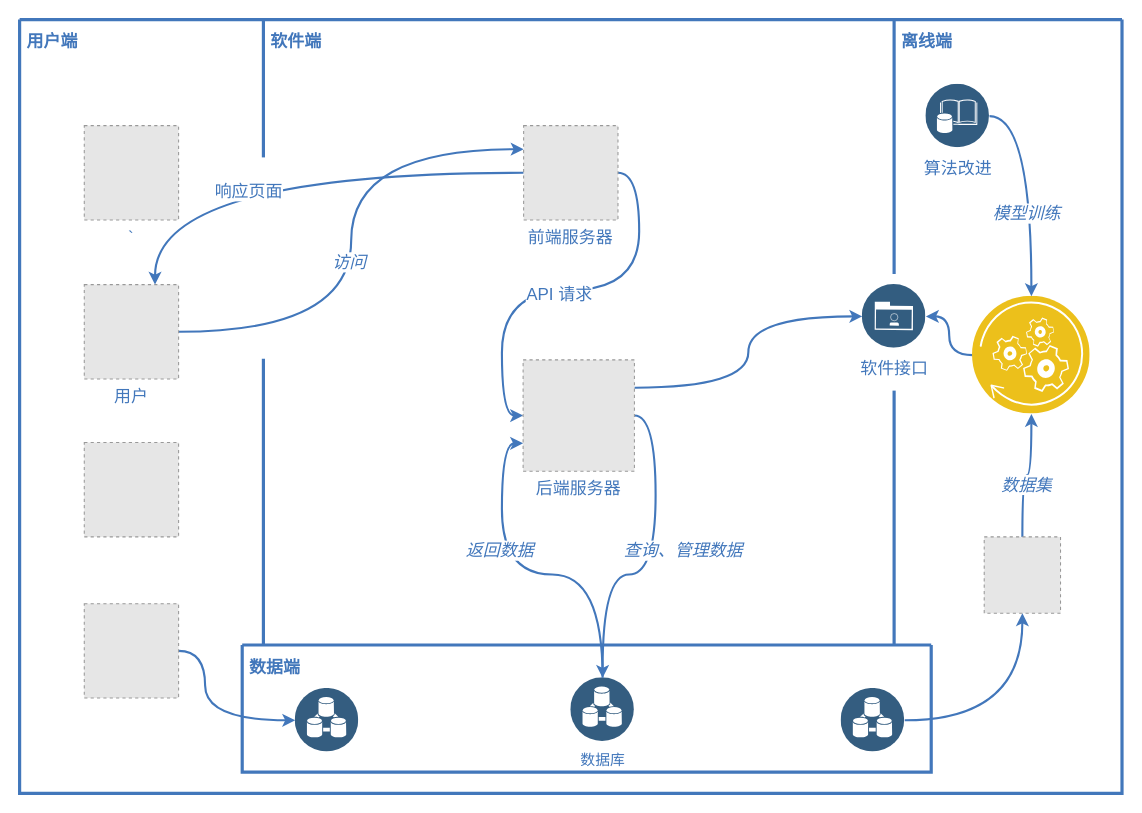
Above: map/arch.drawio in msqtt/Sources (draw.io), before the change. Source tidied: cells renumbered, new cells numbered last; positions are measured from the earlier drawing's top-left corner, leaving out a move shared by most shapes. Both pictures are drawn from the tidied source at 106%, with x=0, y=0 at pixel (19, 19). Pictures stored in the file or linked from it are replaced by grey dashed boxes.
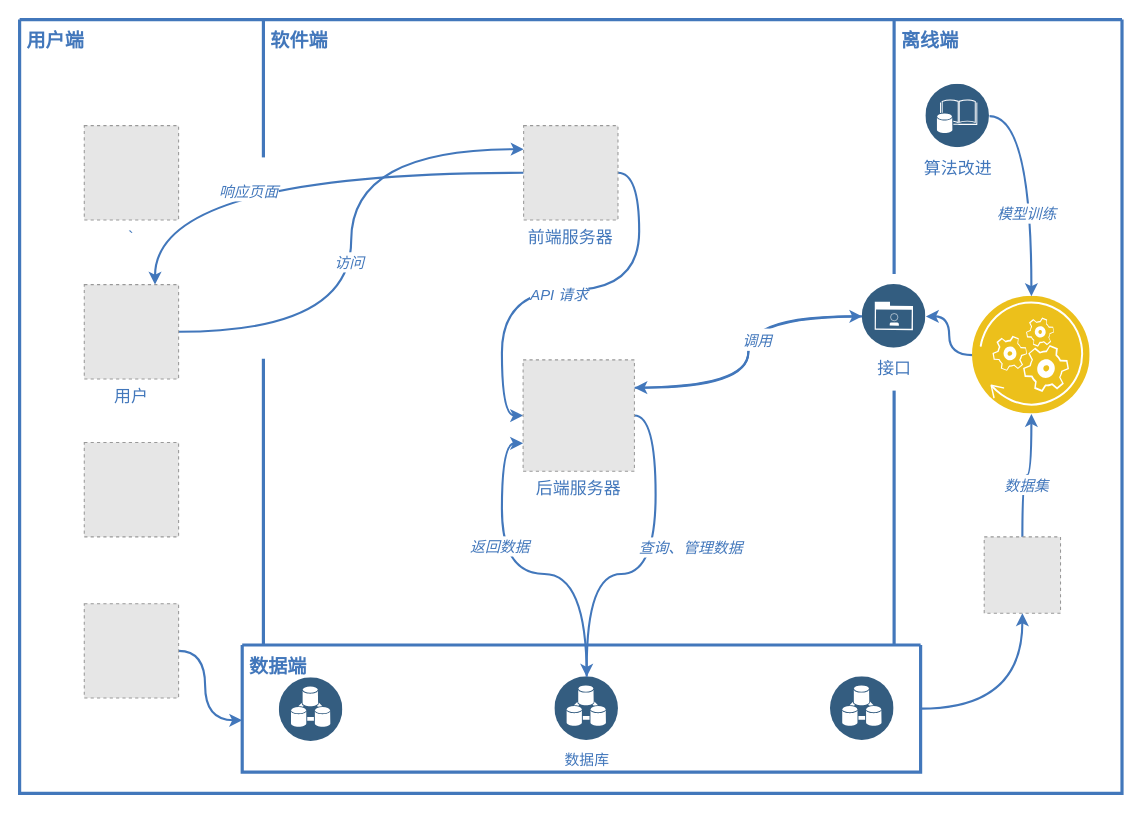
The same diagram, later.

The change refers to these unchanged cells:
```xml
<mxCell id="2" style="swimlane;shadow=0;strokeColor=#4277BB;fillColor=#ffffff;fontColor=none;align=right;startSize=0;noLabel=1;strokeWidth=3;" parent="1" vertex="1">
  <mxGeometry width="1040" height="730" as="geometry" />
</mxCell>
<mxCell id="17" style="edgeStyle=orthogonalEdgeStyle;rounded=0;jettySize=auto;html=1;exitX=1;exitY=0.5;exitDx=0;exitDy=0;entryX=0;entryY=0.25;entryDx=0;entryDy=0;fontSize=16;fontColor=#4277bb;curved=1;strokeColor=#4277bb;strokeWidth=2;" parent="2" edge="1" source="19" target="24">
  <mxGeometry relative="1" as="geometry" />
</mxCell>
<mxCell id="20" style="edgeStyle=orthogonalEdgeStyle;curved=1;rounded=0;jettySize=auto;html=1;exitX=1;exitY=0.5;exitDx=0;exitDy=0;entryX=0;entryY=0.5;entryDx=0;entryDy=0;strokeColor=#4277bb;strokeWidth=2;fontSize=16;fontColor=#4277bb;" parent="2" edge="1" source="24" target="28">
  <mxGeometry relative="1" as="geometry" />
</mxCell>
<mxCell id="22" style="edgeStyle=orthogonalEdgeStyle;curved=1;rounded=0;jettySize=auto;html=1;entryX=0.75;entryY=0;entryDx=0;entryDy=0;strokeColor=#4277bb;strokeWidth=2;fontSize=16;fontColor=#4277bb;" parent="2" edge="1" source="24" target="19">
  <mxGeometry relative="1" as="geometry" />
</mxCell>
<mxCell id="25" style="edgeStyle=orthogonalEdgeStyle;curved=1;rounded=0;jettySize=auto;html=1;entryX=0.5;entryY=0;entryDx=0;entryDy=0;strokeColor=#4277bb;strokeWidth=2;fontSize=16;fontColor=#4277bb;exitX=1;exitY=0.5;exitDx=0;exitDy=0;" parent="2" edge="1" source="28" target="6">
  <mxGeometry relative="1" as="geometry" />
</mxCell>
<mxCell id="27" style="edgeStyle=orthogonalEdgeStyle;curved=1;rounded=0;jettySize=auto;html=1;exitX=1;exitY=0.25;exitDx=0;exitDy=0;entryX=0;entryY=0.5;entryDx=0;entryDy=0;strokeColor=#4277bb;strokeWidth=2;fontSize=16;fontColor=#4277bb;" parent="2" edge="1" source="28" target="4">
  <mxGeometry relative="1" as="geometry" />
</mxCell>
<mxCell id="28" value="后端服务器" style="fillColor=#E6E6E6;strokeColor=#999999;dashed=1;verticalLabelPosition=bottom;verticalAlign=top;fontSize=16;fontColor=#4277bb;" parent="2" vertex="1">
  <mxGeometry x="475" y="321" width="105" height="105" as="geometry" />
</mxCell>
<mxCell id="29" style="edgeStyle=orthogonalEdgeStyle;curved=1;rounded=0;jettySize=auto;html=1;entryX=0;entryY=0.75;entryDx=0;entryDy=0;strokeColor=#4277bb;strokeWidth=2;fontSize=16;fontColor=#4277bb;" parent="2" edge="1" source="6" target="28">
  <mxGeometry relative="1" as="geometry" />
</mxCell>
<mxCell id="31" style="edgeStyle=orthogonalEdgeStyle;curved=1;rounded=0;jettySize=auto;html=1;entryX=0.5;entryY=1;entryDx=0;entryDy=0;strokeColor=#4277bb;strokeWidth=2;fontSize=16;fontColor=#4277bb;" parent="2" edge="1" source="33" target="35">
  <mxGeometry relative="1" as="geometry" />
</mxCell>
<mxCell id="33" style="fillColor=#E6E6E6;strokeColor=#999999;dashed=1;verticalLabelPosition=bottom;verticalAlign=top;fontSize=16;fontColor=#4277bb;" parent="2" vertex="1">
  <mxGeometry x="910" y="488" width="72" height="72" as="geometry" />
</mxCell>
<mxCell id="38" style="fillColor=#E6E6E6;strokeColor=#999999;dashed=1;verticalLabelPosition=bottom;verticalAlign=top;fontSize=16;fontColor=#4277bb;" parent="2" vertex="1">
  <mxGeometry x="61" y="551" width="89" height="89" as="geometry" />
</mxCell>
<mxCell id="40" style="edgeStyle=orthogonalEdgeStyle;curved=1;rounded=0;jettySize=auto;html=1;entryX=0.5;entryY=0;entryDx=0;entryDy=0;strokeColor=#4277bb;strokeWidth=2;fontSize=16;fontColor=#4277bb;exitX=1;exitY=0.5;exitDx=0;exitDy=0;" parent="2" edge="1" source="3" target="35">
  <mxGeometry relative="1" as="geometry" />
</mxCell>
```

What changed in the source:
```diff
@@
+    <mxCell id="43" style="edgeStyle=orthogonalEdgeStyle;curved=1;rounded=0;jettySize=auto;html=1;entryX=1;entryY=0.25;entryDx=0;entryDy=0;strokeColor=#4277bb;strokeWidth=2;fontSize=18;fontColor=#4277bb;" parent="2" edge="1" source="4" target="28">
+      <mxGeometry relative="1" as="geometry" />
+    </mxCell>
-    <mxCell id="4" value="&lt;font style=&quot;font-size: 16px;&quot;&gt;软件接口&lt;/font&gt;" style="perimeter=ellipsePerimeter;html=1;align=center;shadow=0;dashed=0;image;image=img/lib/ibm/data/enterprise_user_directory.svg;strokeColor=#FF0000;fillColor=#FFFF66;gradientColor=none;fontColor=#4277BB;labelBackgroundColor=#ffffff;spacingTop=3;" parent="2" vertex="1">
+    <mxCell id="4" value="&lt;font style=&quot;font-size: 16px;&quot;&gt;接口&lt;/font&gt;" style="perimeter=ellipsePerimeter;html=1;align=center;shadow=0;dashed=0;image;image=img/lib/ibm/data/enterprise_user_directory.svg;strokeColor=#FF0000;fillColor=#FFFF66;gradientColor=none;fontColor=#4277BB;labelBackgroundColor=#ffffff;spacingTop=3;" parent="2" vertex="1">
       <mxGeometry x="795" y="250" width="60" height="60" as="geometry" />
     </mxCell>
     <mxCell id="5" style="swimlane;shadow=0;labelBackgroundColor=#007FFF;strokeColor=#4277BB;fillColor=none;gradientColor=none;fontColor=#000000;align=right;startSize=0;strokeWidth=3;" parent="2" vertex="1">
-      <mxGeometry x="210" y="590" width="650" height="120" as="geometry" />
+      <mxGeometry x="210" y="590" width="640" height="120" as="geometry" />
     </mxCell>
-    <mxCell id="6" value="&lt;div style=&quot;font-size: 13px;&quot;&gt;&lt;font style=&quot;font-size: 14px;&quot;&gt;数据库&lt;/font&gt;&lt;/div&gt;" style="perimeter=ellipsePerimeter;html=1;align=center;shadow=0;dashed=0;image;image=img/lib/ibm/data/device_registry.svg;strokeColor=#FF0000;fillColor=#FFFF66;gradientColor=none;fontColor=#4277BB;labelBackgroundColor=#ffffff;spacingTop=3;" parent="5" vertex="1">
-      <mxGeometry x="310" y="31" width="60" height="60" as="geometry" />
+    <mxCell id="6" value="&lt;div style=&quot;font-size: 15px;&quot;&gt;&lt;font style=&quot;font-size: 14px;&quot;&gt;数据库&lt;/font&gt;&lt;/div&gt;" style="perimeter=ellipsePerimeter;html=1;align=center;shadow=0;dashed=0;image;image=img/lib/ibm/data/device_registry.svg;strokeColor=#FF0000;fillColor=#FFFF66;gradientColor=none;fontColor=#4277BB;labelBackgroundColor=#ffffff;spacingTop=3;" parent="5" vertex="1">
+      <mxGeometry x="295" y="30" width="60" height="60" as="geometry" />
     </mxCell>
-    <mxCell id="7" value="数据端" style="text;html=1;align=left;verticalAlign=middle;fontColor=#4277BB;shadow=0;dashed=0;strokeColor=none;fillColor=none;labelBackgroundColor=none;fontStyle=1;fontSize=16;spacingLeft=0;" parent="5" vertex="1">
+    <mxCell id="7" value="数据端" style="text;html=1;align=left;verticalAlign=middle;fontColor=#4277BB;shadow=0;dashed=0;strokeColor=none;fillColor=none;labelBackgroundColor=none;fontStyle=1;fontSize=18;spacingLeft=0;" parent="5" vertex="1">
       <mxGeometry x="5" y="11" width="150" height="20" as="geometry" />
     </mxCell>
     <mxCell id="8" style="perimeter=ellipsePerimeter;html=1;align=center;shadow=0;dashed=0;image;image=img/lib/ibm/data/device_registry.svg;strokeColor=#FF0000;fillColor=#FFFF66;gradientColor=none;fontColor=#4277BB;labelBackgroundColor=#ffffff;spacingTop=3;" parent="5" vertex="1">
-      <mxGeometry x="565" y="41" width="60" height="60" as="geometry" />
+      <mxGeometry x="555" y="30" width="60" height="60" as="geometry" />
     </mxCell>
     <mxCell id="9" style="perimeter=ellipsePerimeter;html=1;align=center;shadow=0;dashed=0;image;image=img/lib/ibm/data/device_registry.svg;strokeColor=#FF0000;fillColor=#FFFF66;gradientColor=none;fontColor=#4277BB;labelBackgroundColor=#ffffff;spacingTop=3;" parent="5" vertex="1">
-      <mxGeometry x="50" y="41" width="60" height="60" as="geometry" />
+      <mxGeometry x="35" y="31" width="60" height="60" as="geometry" />
     </mxCell>
-    <mxCell id="10" value="用户端" style="text;html=1;align=left;verticalAlign=middle;fontColor=#4277BB;shadow=0;dashed=0;strokeColor=none;fillColor=none;labelBackgroundColor=none;fontStyle=1;fontSize=16;spacingLeft=5;" parent="2" vertex="1">
+    <mxCell id="10" value="用户端" style="text;html=1;align=left;verticalAlign=middle;fontColor=#4277BB;shadow=0;dashed=0;strokeColor=none;fillColor=none;labelBackgroundColor=none;fontStyle=1;fontSize=18;spacingLeft=5;" parent="2" vertex="1">
       <mxGeometry y="10" width="150" height="20" as="geometry" />
     </mxCell>
@@
-    <mxCell id="15" value="软件端" style="text;html=1;align=left;verticalAlign=middle;fontColor=#4277BB;shadow=0;dashed=0;strokeColor=none;fillColor=none;labelBackgroundColor=none;fontStyle=1;fontSize=16;spacingLeft=5;" parent="2" vertex="1">
+    <mxCell id="15" value="软件端" style="text;html=1;align=left;verticalAlign=middle;fontColor=#4277BB;shadow=0;dashed=0;strokeColor=none;fillColor=none;labelBackgroundColor=none;fontStyle=1;fontSize=18;spacingLeft=5;" parent="2" vertex="1">
       <mxGeometry x="230" y="10" width="150" height="20" as="geometry" />
     </mxCell>
-    <mxCell id="16" value="离线端" style="text;html=1;align=left;verticalAlign=middle;fontColor=#4277BB;shadow=0;dashed=0;strokeColor=none;fillColor=none;labelBackgroundColor=none;fontStyle=1;fontSize=16;spacingLeft=5;" parent="2" vertex="1">
+    <mxCell id="16" value="离线端" style="text;html=1;align=left;verticalAlign=middle;fontColor=#4277BB;shadow=0;dashed=0;strokeColor=none;fillColor=none;labelBackgroundColor=none;fontStyle=1;fontSize=18;spacingLeft=5;" parent="2" vertex="1">
       <mxGeometry x="825" y="10" width="185" height="20" as="geometry" />
     </mxCell>
@@
-    <mxCell id="18" value="&lt;i&gt;访问&lt;/i&gt;" style="edgeLabel;html=1;align=center;verticalAlign=middle;fontSize=16;fontColor=#4277bb;" parent="17" vertex="1">
+    <mxCell id="18" value="&lt;font size=&quot;1&quot;&gt;&lt;i style=&quot;font-size: 14px;&quot;&gt;访问&lt;/i&gt;&lt;/font&gt;" style="edgeLabel;html=1;align=center;verticalAlign=middle;fontSize=16;fontColor=#4277bb;" parent="17" vertex="1">
       <mxGeometry x="-0.08" y="3" relative="1" as="geometry">
         <mxPoint x="1" as="offset" />
       </mxGeometry>
     </mxCell>
@@
-    <mxCell id="21" value="API 请求" style="edgeLabel;html=1;align=center;verticalAlign=middle;fontSize=16;fontColor=#4277bb;" parent="20" vertex="1">
+    <mxCell id="21" value="&lt;font size=&quot;1&quot;&gt;&lt;i style=&quot;font-size: 14px;&quot;&gt;API 请求&lt;/i&gt;&lt;/font&gt;" style="edgeLabel;html=1;align=center;verticalAlign=middle;fontSize=16;fontColor=#4277bb;" parent="20" vertex="1">
       <mxGeometry x="0.04" y="3" relative="1" as="geometry" />
     </mxCell>
@@
-    <mxCell id="23" value="响应页面" style="edgeLabel;html=1;align=center;verticalAlign=middle;fontSize=16;fontColor=#4277bb;" parent="22" vertex="1">
+    <mxCell id="23" value="&lt;font size=&quot;1&quot;&gt;&lt;i style=&quot;font-size: 14px;&quot;&gt;响应页面&lt;/i&gt;&lt;/font&gt;" style="edgeLabel;html=1;align=center;verticalAlign=middle;fontSize=16;fontColor=#4277bb;" parent="22" vertex="1">
       <mxGeometry x="-0.05" y="16" relative="1" as="geometry">
         <mxPoint x="-45" y="1" as="offset" />
       </mxGeometry>
     </mxCell>
@@
-    <mxCell id="26" value="&lt;i&gt;查询、管理数据&lt;/i&gt;" style="edgeLabel;html=1;align=center;verticalAlign=middle;fontSize=16;fontColor=#4277bb;" parent="25" vertex="1">
+    <mxCell id="26" value="&lt;font size=&quot;1&quot;&gt;&lt;i style=&quot;font-size: 14px;&quot;&gt;查询、管理数据&lt;/i&gt;&lt;/font&gt;" style="edgeLabel;html=1;align=center;verticalAlign=middle;fontSize=16;fontColor=#4277bb;" parent="25" vertex="1">
       <mxGeometry x="0.03" y="-9" relative="1" as="geometry">
         <mxPoint x="34" y="-17" as="offset" />
       </mxGeometry>
     </mxCell>
@@
+    <mxCell id="44" value="&lt;font size=&quot;1&quot;&gt;&lt;i style=&quot;font-size: 14px;&quot;&gt;调用&lt;/i&gt;&lt;/font&gt;" style="edgeLabel;html=1;align=center;verticalAlign=middle;fontSize=18;fontColor=#4277bb;" parent="27" vertex="1">
+      <mxGeometry x="0.35" y="-14" relative="1" as="geometry">
+        <mxPoint x="-8" y="7" as="offset" />
+      </mxGeometry>
+    </mxCell>
@@
-    <mxCell id="30" value="&lt;i&gt;返回数据&lt;br&gt;&lt;/i&gt;" style="edgeLabel;html=1;align=center;verticalAlign=middle;fontSize=16;fontColor=#4277bb;" parent="29" vertex="1">
+    <mxCell id="30" value="&lt;font style=&quot;font-size: 14px;&quot;&gt;&lt;i&gt;返回数据&lt;br&gt;&lt;/i&gt;&lt;/font&gt;" style="edgeLabel;html=1;align=center;verticalAlign=middle;fontSize=16;fontColor=#4277bb;" parent="29" vertex="1">
       <mxGeometry x="0.48" y="3" relative="1" as="geometry">
         <mxPoint y="33" as="offset" />
       </mxGeometry>
     </mxCell>
@@
-    <mxCell id="32" value="&lt;i&gt;数据集&lt;br&gt;&lt;/i&gt;" style="edgeLabel;html=1;align=center;verticalAlign=middle;fontSize=16;fontColor=#4277bb;" parent="31" vertex="1">
+    <mxCell id="32" value="&lt;font style=&quot;font-size: 14px;&quot;&gt;&lt;i&gt;数据集&lt;br&gt;&lt;/i&gt;&lt;/font&gt;" style="edgeLabel;html=1;align=center;verticalAlign=middle;fontSize=16;fontColor=#4277bb;" parent="31" vertex="1">
       <mxGeometry x="-0.19" y="-2" relative="1" as="geometry">
         <mxPoint x="1" as="offset" />
       </mxGeometry>
     </mxCell>
@@
-    <mxCell id="37" style="edgeStyle=orthogonalEdgeStyle;curved=1;rounded=0;jettySize=auto;html=1;entryX=0;entryY=0.5;entryDx=0;entryDy=0;strokeColor=#4277bb;strokeWidth=2;fontSize=16;fontColor=#4277bb;" parent="2" edge="1" source="38" target="9">
+    <mxCell id="37" style="edgeStyle=orthogonalEdgeStyle;curved=1;rounded=0;jettySize=auto;html=1;strokeColor=#4277bb;strokeWidth=2;fontSize=16;fontColor=#4277bb;" parent="2" edge="1" source="38" target="5">
       <mxGeometry relative="1" as="geometry">
         <Array as="points">
           <mxPoint x="175" y="596" />
           <mxPoint x="175" y="661" />
         </Array>
       </mxGeometry>
     </mxCell>
@@
-    <mxCell id="41" value="&lt;i&gt;模型训练&lt;/i&gt;" style="edgeLabel;html=1;align=center;verticalAlign=middle;fontSize=16;fontColor=#4277bb;" parent="40" vertex="1">
+    <mxCell id="41" value="&lt;font size=&quot;1&quot;&gt;&lt;i style=&quot;font-size: 14px;&quot;&gt;模型训练&lt;/i&gt;&lt;/font&gt;" style="edgeLabel;html=1;align=center;verticalAlign=middle;fontSize=16;fontColor=#4277bb;" parent="40" vertex="1">
       <mxGeometry x="0.02" y="-4" relative="1" as="geometry">
         <mxPoint x="-1" y="24" as="offset" />
       </mxGeometry>
     </mxCell>
-    <mxCell id="42" style="edgeStyle=orthogonalEdgeStyle;curved=1;rounded=0;jettySize=auto;html=1;entryX=0.5;entryY=1;entryDx=0;entryDy=0;strokeColor=#4277bb;strokeWidth=2;fontSize=16;fontColor=#4277bb;" parent="2" edge="1" source="8" target="33">
+    <mxCell id="42" style="edgeStyle=orthogonalEdgeStyle;curved=1;rounded=0;jettySize=auto;html=1;entryX=0.5;entryY=1;entryDx=0;entryDy=0;strokeColor=#4277bb;strokeWidth=2;fontSize=16;fontColor=#4277bb;exitX=1;exitY=0.5;exitDx=0;exitDy=0;" parent="2" edge="1" source="5" target="33">
       <mxGeometry relative="1" as="geometry" />
     </mxCell>
```
